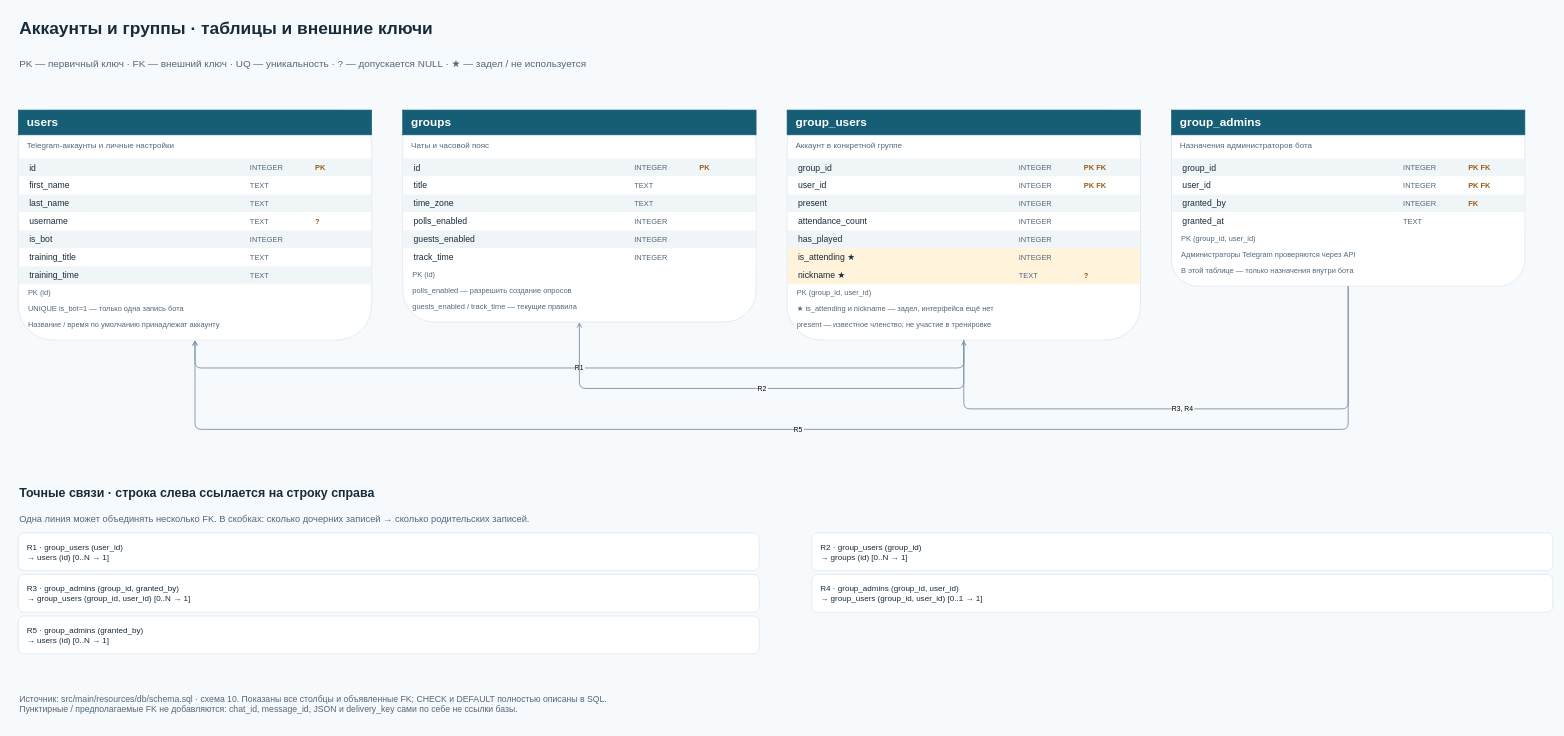
Before: page "02 · Аккаунты и группы" (2 of 6) of docs/diagrams/DATABASE_ERD.drawio in Romamor/tennis-split-bot, a draw.io diagram. Source tidied: cells renumbered, new cells numbered last; positions are measured from the earlier drawing's top-left corner, leaving out a move shared by most shapes. Both pictures are drawn from the tidied source at 62%, with x=0, y=0 at pixel (11, 11).
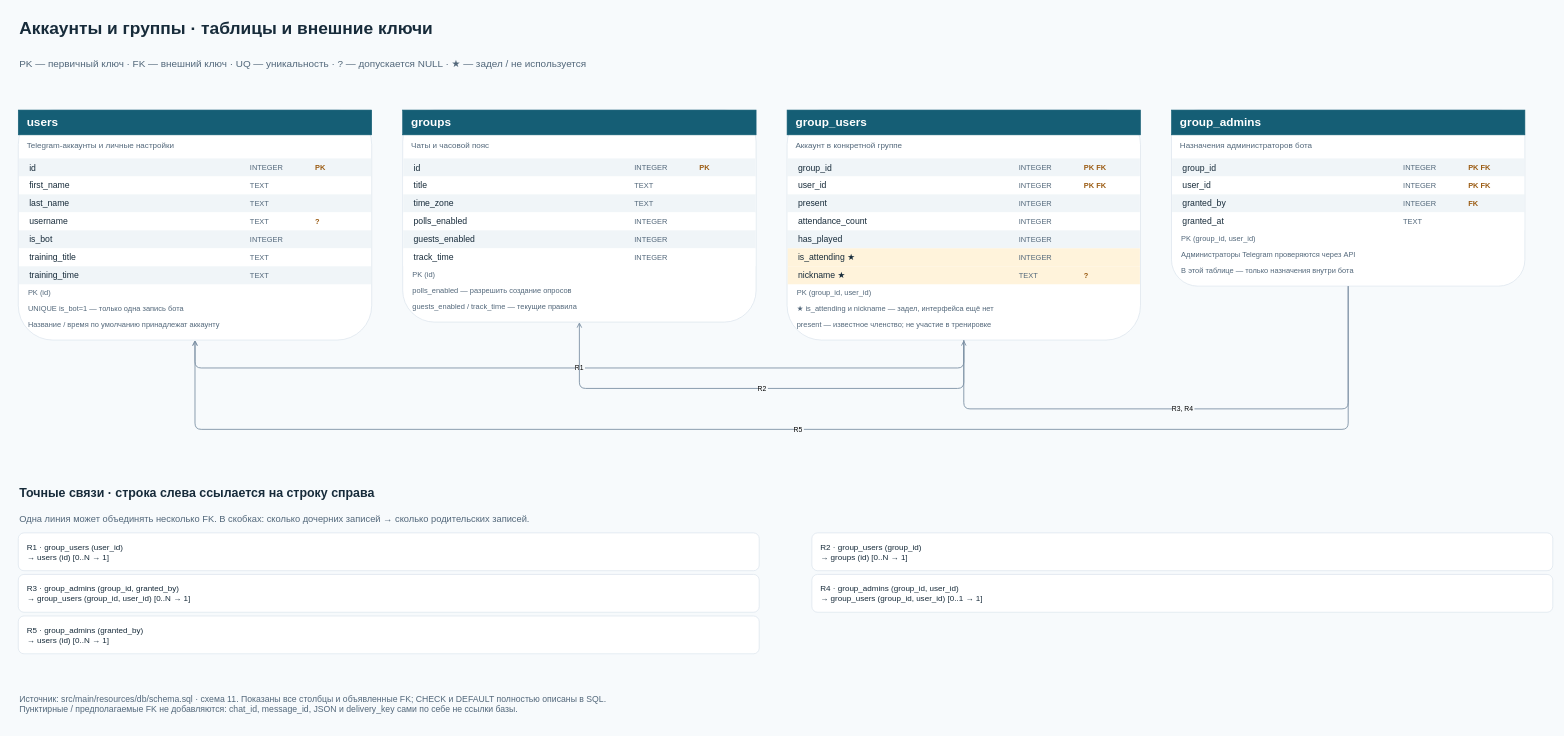
The same page after the edit.

Diff of the diagram source:
```diff
@@
-    <mxCell id="135" value="Источник: src/main/resources/db/schema.sql · схема 10. Показаны все столбцы и объявленные FK; CHECK и DEFAULT полностью описаны в SQL.&#10;Пунктирные / предполагаемые FK не добавляются: chat_id, message_id, JSON и delivery_key сами по себе не ссылки базы." style="rounded=0;whiteSpace=wrap;html=0;fillColor=none;strokeColor=none;fontColor=#52677a;fontSize=14;fontFamily=Arial;align=left;verticalAlign=middle;spacingLeft=12;spacingRight=10;" parent="1" vertex="1">
+    <mxCell id="135" value="Источник: src/main/resources/db/schema.sql · схема 11. Показаны все столбцы и объявленные FK; CHECK и DEFAULT полностью описаны в SQL.&#10;Пунктирные / предполагаемые FK не добавляются: chat_id, message_id, JSON и delivery_key сами по себе не ссылки базы." style="rounded=0;whiteSpace=wrap;html=0;fillColor=none;strokeColor=none;fontColor=#52677a;fontSize=14;fontFamily=Arial;align=left;verticalAlign=middle;spacingLeft=12;spacingRight=10;" parent="1" vertex="1">
       <mxGeometry y="1083" width="2470" height="70" as="geometry" />
     </mxCell>
```
